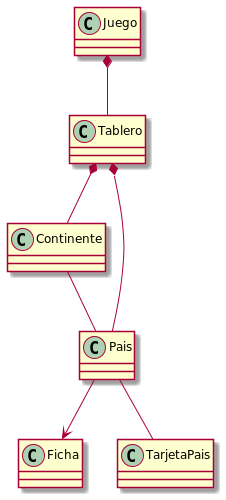
Before: src/main/diagramas_puml/clasesTablero.png, a diagram exported from PlantUML (Cristianfca197/altego).
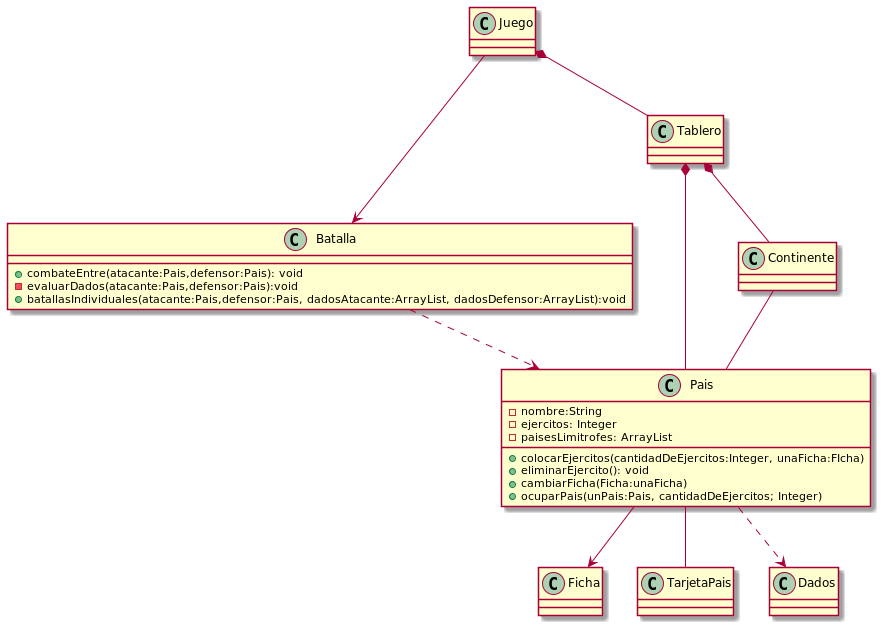
After the commit.

Diff of the diagram source:
```diff
@@ -1,6 +1,21 @@
 @startuml
 
+class Pais{
+    - nombre:String
+    -ejercitos: Integer
+    -paisesLimitrofes: ArrayList
 
+    + colocarEjercitos(cantidadDeEjercitos:Integer, unaFicha:FIcha)
+    + eliminarEjercito(): void
+    + cambiarFicha(Ficha:unaFicha)
+    + ocuparPais(unPais:Pais, cantidadDeEjercitos; Integer)
+}
+
+class Batalla{
+    + combateEntre(atacante:Pais,defensor:Pais): void
+    - evaluarDados(atacante:Pais,defensor:Pais):void
+    + batallasIndividuales(atacante:Pais,defensor:Pais, dadosAtacante:ArrayList, dadosDefensor:ArrayList):void
+}
 Juego *-- Tablero
 Tablero *-- Continente
 Tablero *--Pais
@@ -8,4 +23,9 @@
 
 Pais --> Ficha
 Pais -- TarjetaPais
+Pais ..> Dados
+
+Juego --> Batalla
+Batalla ..> Pais
+
 @enduml
```
